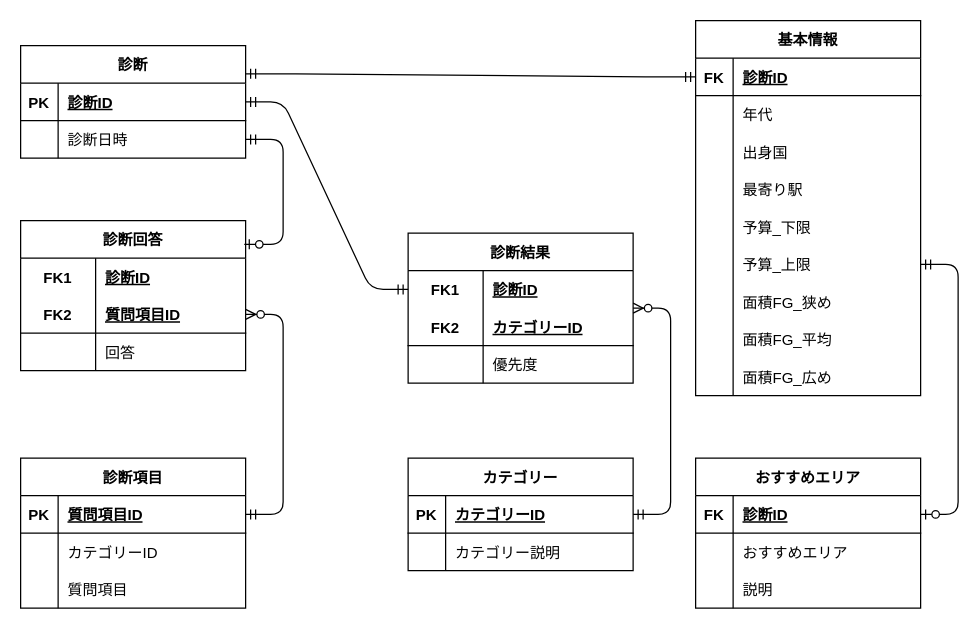
Before: db_control/er.dio in taiji-nakam/NoHarass_back2, a draw.io diagram. Source tidied: cells renumbered, new cells numbered last; positions are measured from the earlier drawing's top-left corner, leaving out a move shared by most shapes. Both pictures are drawn from the tidied source at 125%, with x=0, y=0 at pixel (20, 20).
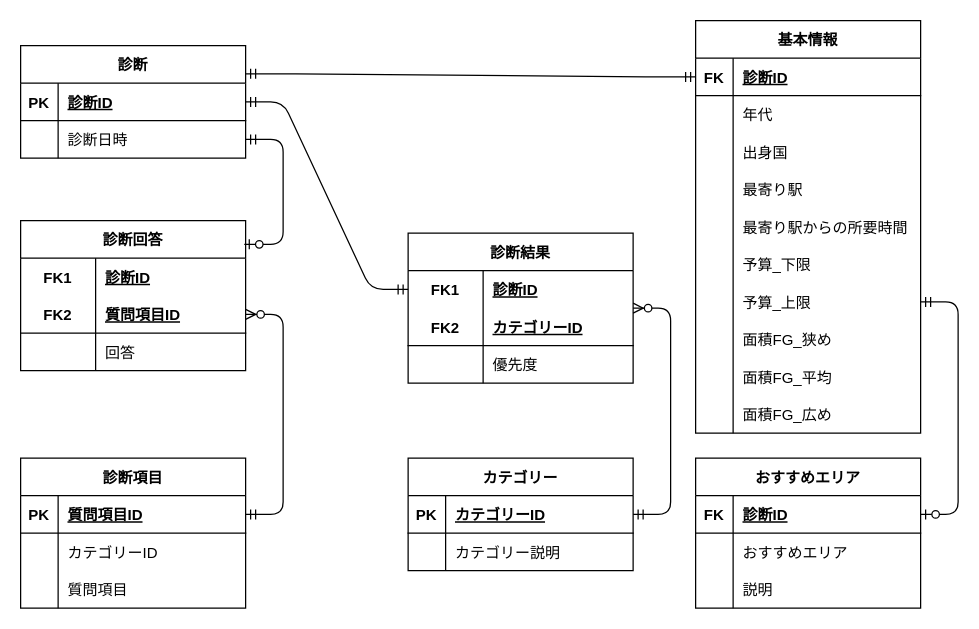
After the change.

The edit, as a diff of the source:
```diff
@@
     <mxCell id="2" value="基本情報" style="shape=table;startSize=30;childLayout=tableLayout;rowLines=0;fontStyle=1;align=center;" parent="1" vertex="1">
-      <mxGeometry x="540" width="180" height="300" as="geometry" />
+      <mxGeometry x="540" width="180" height="330" as="geometry" />
     </mxCell>
@@
+    <mxCell id="90" style="shape=tableRow;horizontal=0;startSize=0;swimlaneHead=0;swimlaneBody=0;fillColor=none;top=0;left=0;right=0;bottom=0;" parent="2" vertex="1">
+      <mxGeometry y="150" width="180" height="30" as="geometry" />
+    </mxCell>
+    <mxCell id="91" style="shape=partialRectangle;fillColor=none;top=0;left=0;bottom=0;right=0;overflow=hidden;" parent="90" vertex="1">
+      <mxGeometry width="30" height="30" as="geometry" />
+    </mxCell>
+    <mxCell id="92" value="最寄り駅からの所要時間" style="shape=partialRectangle;fillColor=none;top=0;left=0;bottom=0;right=0;align=left;spacingLeft=6;overflow=hidden;" parent="90" vertex="1">
+      <mxGeometry x="30" width="150" height="30" as="geometry" />
+    </mxCell>
     <mxCell id="15" style="shape=tableRow;horizontal=0;startSize=0;swimlaneHead=0;swimlaneBody=0;fillColor=none;top=0;left=0;right=0;bottom=0;" parent="2" vertex="1">
-      <mxGeometry y="150" width="180" height="30" as="geometry" />
+      <mxGeometry y="180" width="180" height="30" as="geometry" />
     </mxCell>
@@
     <mxCell id="18" style="shape=tableRow;horizontal=0;startSize=0;swimlaneHead=0;swimlaneBody=0;fillColor=none;points=[[0,0.5],[1,0.5]];portConstraint=eastwest;top=0;left=0;right=0;bottom=0;" parent="2" vertex="1">
-      <mxGeometry y="180" width="180" height="30" as="geometry" />
+      <mxGeometry y="210" width="180" height="30" as="geometry" />
     </mxCell>
@@
     <mxCell id="21" style="shape=tableRow;horizontal=0;startSize=0;swimlaneHead=0;swimlaneBody=0;fillColor=none;top=0;left=0;right=0;bottom=0;" parent="2" vertex="1">
-      <mxGeometry y="210" width="180" height="30" as="geometry" />
+      <mxGeometry y="240" width="180" height="30" as="geometry" />
     </mxCell>
@@
     <mxCell id="24" style="shape=tableRow;horizontal=0;startSize=0;swimlaneHead=0;swimlaneBody=0;fillColor=none;top=0;left=0;right=0;bottom=0;" parent="2" vertex="1">
-      <mxGeometry y="240" width="180" height="30" as="geometry" />
+      <mxGeometry y="270" width="180" height="30" as="geometry" />
     </mxCell>
@@
     <mxCell id="27" style="shape=tableRow;horizontal=0;startSize=0;swimlaneHead=0;swimlaneBody=0;fillColor=none;top=0;left=0;right=0;bottom=0;" parent="2" vertex="1">
-      <mxGeometry y="270" width="180" height="30" as="geometry" />
+      <mxGeometry y="300" width="180" height="30" as="geometry" />
     </mxCell>
```
